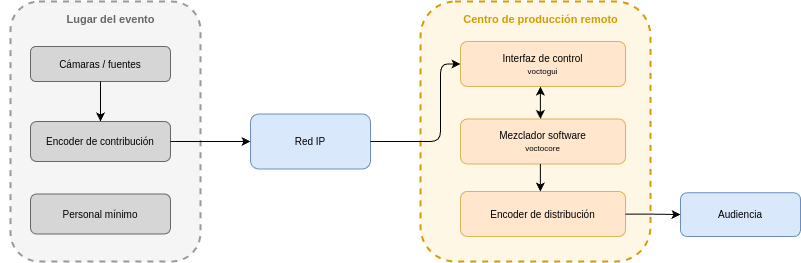
Before: memoria_tfg/figuras/remi_arquitectura.png, a diagram exported from draw.io (martin1210235/voctomix-2.0). Source tidied: cells renumbered, new cells last; positions are measured from the earlier drawing's top-left corner, leaving out a move shared by most shapes. Source of this version:
```xml
<mxGraphModel>
  <root>
    <mxCell id="0" />
    <mxCell id="1" parent="0" />
    <mxCell id="2" style="rounded=1;whiteSpace=wrap;html=1;dashed=1;strokeColor=#999999;fillColor=#f5f5f5;strokeWidth=2;" parent="1" vertex="1">
      <mxGeometry x="10" width="190" height="260" as="geometry" />
    </mxCell>
    <mxCell id="3" value="Lugar del evento" style="text;html=1;strokeColor=none;fillColor=none;align=center;fontStyle=1;fontSize=11;fontColor=#666666;" parent="1" vertex="1">
      <mxGeometry y="5" width="220" height="30" as="geometry" />
    </mxCell>
    <mxCell id="4" value="Cámaras / fuentes" style="rounded=1;whiteSpace=wrap;html=1;fillColor=#d6d6d6;strokeColor=#666666;fontSize=10;" parent="1" vertex="1">
      <mxGeometry x="30" y="45" width="140" height="35" as="geometry" />
    </mxCell>
    <mxCell id="5" value="Encoder de contribución" style="rounded=1;whiteSpace=wrap;html=1;fillColor=#d6d6d6;strokeColor=#666666;fontSize=10;" parent="1" vertex="1">
      <mxGeometry x="30" y="120" width="140" height="40" as="geometry" />
    </mxCell>
    <mxCell id="6" value="Personal mínimo" style="rounded=1;whiteSpace=wrap;html=1;fillColor=#d6d6d6;strokeColor=#666666;fontSize=10;" parent="1" vertex="1">
      <mxGeometry x="30" y="192.5" width="140" height="40" as="geometry" />
    </mxCell>
    <mxCell id="7" value="Red IP" style="rounded=1;whiteSpace=wrap;html=1;fillColor=#dae8fc;strokeColor=#6c8ebf;fontSize=10;" parent="1" vertex="1">
      <mxGeometry x="250" y="112.5" width="120" height="55" as="geometry" />
    </mxCell>
    <mxCell id="8" style="rounded=1;whiteSpace=wrap;html=1;dashed=1;strokeColor=#d79b00;fillColor=#fff7e6;strokeWidth=2;" parent="1" vertex="1">
      <mxGeometry x="420" width="230" height="260" as="geometry" />
    </mxCell>
    <mxCell id="9" value="Centro de producción remoto" style="text;html=1;strokeColor=none;fillColor=none;align=center;fontStyle=1;fontSize=11;fontColor=#d79b00;" parent="1" vertex="1">
      <mxGeometry x="410" y="5" width="260" height="20" as="geometry" />
    </mxCell>
    <mxCell id="10" value="Mezclador software&lt;br&gt;&lt;font style=&quot;font-size:8px&quot;&gt;voctocore&lt;/font&gt;" style="rounded=1;whiteSpace=wrap;html=1;fillColor=#FFE6CC;strokeColor=#d6b656;fontSize=10;" parent="1" vertex="1">
      <mxGeometry x="460" y="117.5" width="165" height="45" as="geometry" />
    </mxCell>
    <mxCell id="11" value="Interfaz de control&lt;br&gt;&lt;font style=&quot;font-size:8px&quot;&gt;voctogui&lt;/font&gt;" style="rounded=1;whiteSpace=wrap;html=1;fillColor=#FFE6CC;strokeColor=#d6b656;fontSize=10;" parent="1" vertex="1">
      <mxGeometry x="460" y="40" width="165" height="45" as="geometry" />
    </mxCell>
    <mxCell id="12" value="Encoder de distribución" style="rounded=1;whiteSpace=wrap;html=1;fillColor=#FFE6CC;strokeColor=#d6b656;fontSize=10;" parent="1" vertex="1">
      <mxGeometry x="460" y="190" width="165" height="45" as="geometry" />
    </mxCell>
    <mxCell id="13" value="Audiencia" style="rounded=1;whiteSpace=wrap;html=1;fillColor=#dae8fc;strokeColor=#6c8ebf;fontSize=10;" parent="1" vertex="1">
      <mxGeometry x="680" y="191.2" width="120" height="43.8" as="geometry" />
    </mxCell>
    <mxCell id="14" style="edgeStyle=orthogonalEdgeStyle;" parent="1" edge="1" source="4" target="5">
      <mxGeometry relative="1" as="geometry" />
    </mxCell>
    <mxCell id="15" style="edgeStyle=orthogonalEdgeStyle;fontSize=9;" parent="1" edge="1" source="5" target="7">
      <mxGeometry x="0.2" y="15" relative="1" as="geometry" />
    </mxCell>
    <mxCell id="16" style="edgeStyle=orthogonalEdgeStyle;exitX=1;exitY=0.5;exitDx=0;exitDy=0;entryX=0;entryY=0.5;entryDx=0;entryDy=0;" parent="1" edge="1" source="7" target="11">
      <mxGeometry relative="1" as="geometry">
        <Array as="points">
          <mxPoint x="440" y="140" />
          <mxPoint x="440" y="63" />
        </Array>
      </mxGeometry>
    </mxCell>
    <mxCell id="17" style="edgeStyle=orthogonalEdgeStyle;startArrow=classic;startFill=1;" parent="1" edge="1">
      <mxGeometry relative="1" as="geometry">
        <mxPoint x="539.9" y="117.5" as="sourcePoint" />
        <mxPoint x="539.9" y="85" as="targetPoint" />
        <Array as="points">
          <mxPoint x="539.9" y="105" />
          <mxPoint x="539.9" y="105" />
        </Array>
      </mxGeometry>
    </mxCell>
    <mxCell id="18" style="edgeStyle=orthogonalEdgeStyle;fontSize=9;entryX=0;entryY=0.5;entryDx=0;entryDy=0;" parent="1" edge="1" source="12" target="13">
      <mxGeometry x="0.27" y="18" relative="1" as="geometry">
        <mxPoint y="1" as="offset" />
      </mxGeometry>
    </mxCell>
    <mxCell id="19" style="edgeStyle=orthogonalEdgeStyle;startArrow=classic;startFill=1;endArrow=none;endFill=0;exitX=0.484;exitY=0.002;exitDx=0;exitDy=0;exitPerimeter=0;" parent="1" edge="1" source="12">
      <mxGeometry relative="1" as="geometry">
        <mxPoint x="539.9" y="162.5" as="targetPoint" />
      </mxGeometry>
    </mxCell>
  </root>
</mxGraphModel>
```
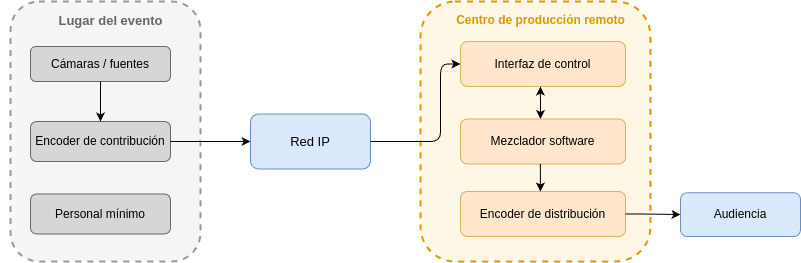
The same diagram one commit later.

Commit message:
docs(cap2): update REMI diagram — remove sub-labels for cleaner look

Change to the diagram source:
```diff
@@ -5,37 +5,37 @@
     <mxCell id="2" style="rounded=1;whiteSpace=wrap;html=1;dashed=1;strokeColor=#999999;fillColor=#f5f5f5;strokeWidth=2;" parent="1" vertex="1">
       <mxGeometry x="10" width="190" height="260" as="geometry" />
     </mxCell>
-    <mxCell id="3" value="Lugar del evento" style="text;html=1;strokeColor=none;fillColor=none;align=center;fontStyle=1;fontSize=11;fontColor=#666666;" parent="1" vertex="1">
+    <mxCell id="3" value="&lt;font style=&quot;font-size: 13px;&quot;&gt;Lugar del evento&lt;/font&gt;" style="text;html=1;strokeColor=none;fillColor=none;align=center;fontStyle=1;fontSize=11;fontColor=#666666;" parent="1" vertex="1">
       <mxGeometry y="5" width="220" height="30" as="geometry" />
     </mxCell>
-    <mxCell id="4" value="Cámaras / fuentes" style="rounded=1;whiteSpace=wrap;html=1;fillColor=#d6d6d6;strokeColor=#666666;fontSize=10;" parent="1" vertex="1">
+    <mxCell id="4" value="&lt;font style=&quot;font-size: 12px;&quot;&gt;Cámaras / fuentes&lt;/font&gt;" style="rounded=1;whiteSpace=wrap;html=1;fillColor=#d6d6d6;strokeColor=#666666;fontSize=10;" parent="1" vertex="1">
       <mxGeometry x="30" y="45" width="140" height="35" as="geometry" />
     </mxCell>
-    <mxCell id="5" value="Encoder de contribución" style="rounded=1;whiteSpace=wrap;html=1;fillColor=#d6d6d6;strokeColor=#666666;fontSize=10;" parent="1" vertex="1">
+    <mxCell id="5" value="&lt;font style=&quot;font-size: 12px;&quot;&gt;Encoder de contribución&lt;/font&gt;" style="rounded=1;whiteSpace=wrap;html=1;fillColor=#d6d6d6;strokeColor=#666666;fontSize=10;" parent="1" vertex="1">
       <mxGeometry x="30" y="120" width="140" height="40" as="geometry" />
     </mxCell>
-    <mxCell id="6" value="Personal mínimo" style="rounded=1;whiteSpace=wrap;html=1;fillColor=#d6d6d6;strokeColor=#666666;fontSize=10;" parent="1" vertex="1">
+    <mxCell id="6" value="&lt;font style=&quot;font-size: 12px;&quot;&gt;Personal mínimo&lt;/font&gt;" style="rounded=1;whiteSpace=wrap;html=1;fillColor=#d6d6d6;strokeColor=#666666;fontSize=10;" parent="1" vertex="1">
       <mxGeometry x="30" y="192.5" width="140" height="40" as="geometry" />
     </mxCell>
-    <mxCell id="7" value="Red IP" style="rounded=1;whiteSpace=wrap;html=1;fillColor=#dae8fc;strokeColor=#6c8ebf;fontSize=10;" parent="1" vertex="1">
+    <mxCell id="7" value="&lt;font style=&quot;font-size: 13px;&quot;&gt;Red IP&lt;/font&gt;" style="rounded=1;whiteSpace=wrap;html=1;fillColor=#dae8fc;strokeColor=#6c8ebf;fontSize=10;" parent="1" vertex="1">
       <mxGeometry x="250" y="112.5" width="120" height="55" as="geometry" />
     </mxCell>
     <mxCell id="8" style="rounded=1;whiteSpace=wrap;html=1;dashed=1;strokeColor=#d79b00;fillColor=#fff7e6;strokeWidth=2;" parent="1" vertex="1">
       <mxGeometry x="420" width="230" height="260" as="geometry" />
     </mxCell>
-    <mxCell id="9" value="Centro de producción remoto" style="text;html=1;strokeColor=none;fillColor=none;align=center;fontStyle=1;fontSize=11;fontColor=#d79b00;" parent="1" vertex="1">
+    <mxCell id="9" value="&lt;font style=&quot;font-size: 12px;&quot;&gt;Centro de producción remoto&lt;/font&gt;" style="text;html=1;strokeColor=none;fillColor=none;align=center;fontStyle=1;fontSize=11;fontColor=#d79b00;" parent="1" vertex="1">
       <mxGeometry x="410" y="5" width="260" height="20" as="geometry" />
     </mxCell>
-    <mxCell id="10" value="Mezclador software&lt;br&gt;&lt;font style=&quot;font-size:8px&quot;&gt;voctocore&lt;/font&gt;" style="rounded=1;whiteSpace=wrap;html=1;fillColor=#FFE6CC;strokeColor=#d6b656;fontSize=10;" parent="1" vertex="1">
+    <mxCell id="10" value="&lt;font style=&quot;font-size: 12px;&quot;&gt;Mezclador software&lt;/font&gt;" style="rounded=1;whiteSpace=wrap;html=1;fillColor=#FFE6CC;strokeColor=#d6b656;fontSize=10;" parent="1" vertex="1">
       <mxGeometry x="460" y="117.5" width="165" height="45" as="geometry" />
     </mxCell>
-    <mxCell id="11" value="Interfaz de control&lt;br&gt;&lt;font style=&quot;font-size:8px&quot;&gt;voctogui&lt;/font&gt;" style="rounded=1;whiteSpace=wrap;html=1;fillColor=#FFE6CC;strokeColor=#d6b656;fontSize=10;" parent="1" vertex="1">
+    <mxCell id="11" value="&lt;font style=&quot;font-size: 12px;&quot;&gt;Interfaz de control&lt;/font&gt;" style="rounded=1;whiteSpace=wrap;html=1;fillColor=#FFE6CC;strokeColor=#d6b656;fontSize=10;" parent="1" vertex="1">
       <mxGeometry x="460" y="40" width="165" height="45" as="geometry" />
     </mxCell>
-    <mxCell id="12" value="Encoder de distribución" style="rounded=1;whiteSpace=wrap;html=1;fillColor=#FFE6CC;strokeColor=#d6b656;fontSize=10;" parent="1" vertex="1">
+    <mxCell id="12" value="&lt;font style=&quot;font-size: 12px;&quot;&gt;Encoder de distribución&lt;/font&gt;" style="rounded=1;whiteSpace=wrap;html=1;fillColor=#FFE6CC;strokeColor=#d6b656;fontSize=10;" parent="1" vertex="1">
       <mxGeometry x="460" y="190" width="165" height="45" as="geometry" />
     </mxCell>
-    <mxCell id="13" value="Audiencia" style="rounded=1;whiteSpace=wrap;html=1;fillColor=#dae8fc;strokeColor=#6c8ebf;fontSize=10;" parent="1" vertex="1">
+    <mxCell id="13" value="&lt;font style=&quot;font-size: 12px;&quot;&gt;Audiencia&lt;/font&gt;" style="rounded=1;whiteSpace=wrap;html=1;fillColor=#dae8fc;strokeColor=#6c8ebf;fontSize=10;" parent="1" vertex="1">
       <mxGeometry x="680" y="191.2" width="120" height="43.8" as="geometry" />
     </mxCell>
     <mxCell id="14" style="edgeStyle=orthogonalEdgeStyle;" parent="1" edge="1" source="4" target="5">
```
